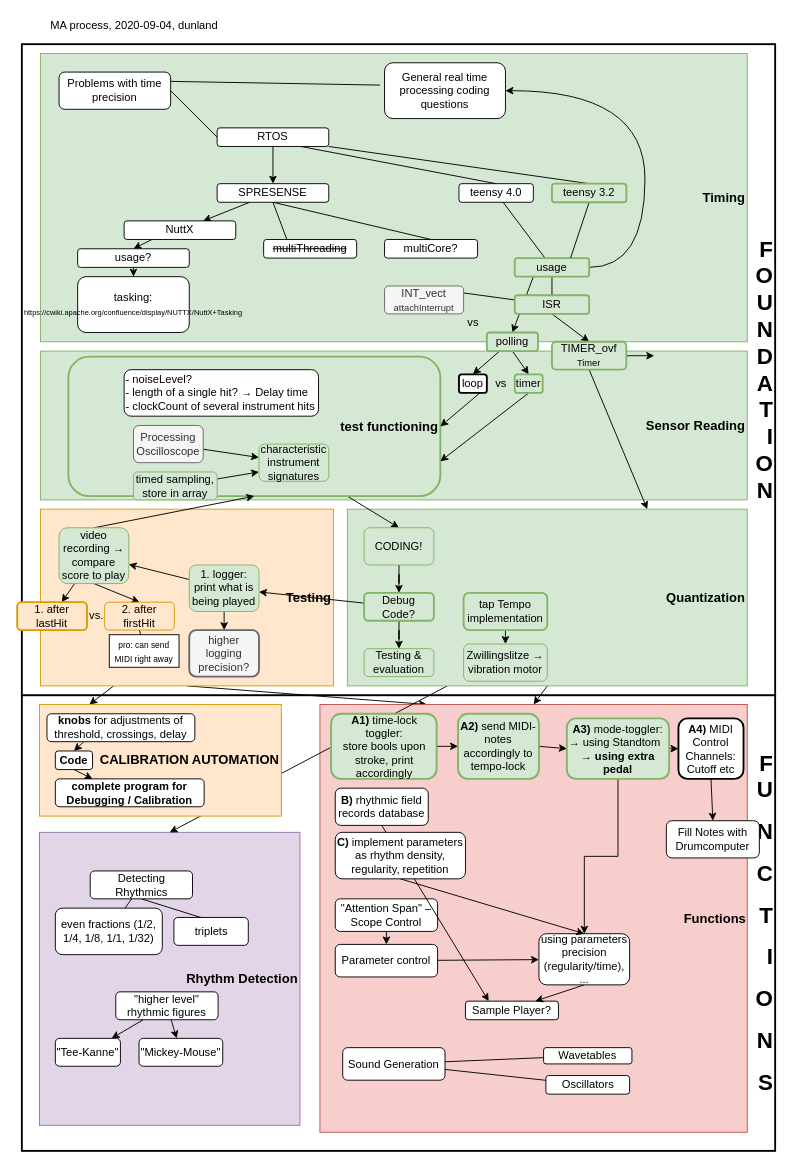
The draw.io diagram page "current" (1 of 5) of muscle/Doc/MA_progress.drawio in dunland/muscle, before the edit. Source tidied: cells renumbered, new cells numbered last; positions are measured from the earlier drawing's top-left corner, leaving out a move shared by most shapes. Both pictures are drawn from the tidied source at 93%, with x=0, y=0 at pixel (17, 16).
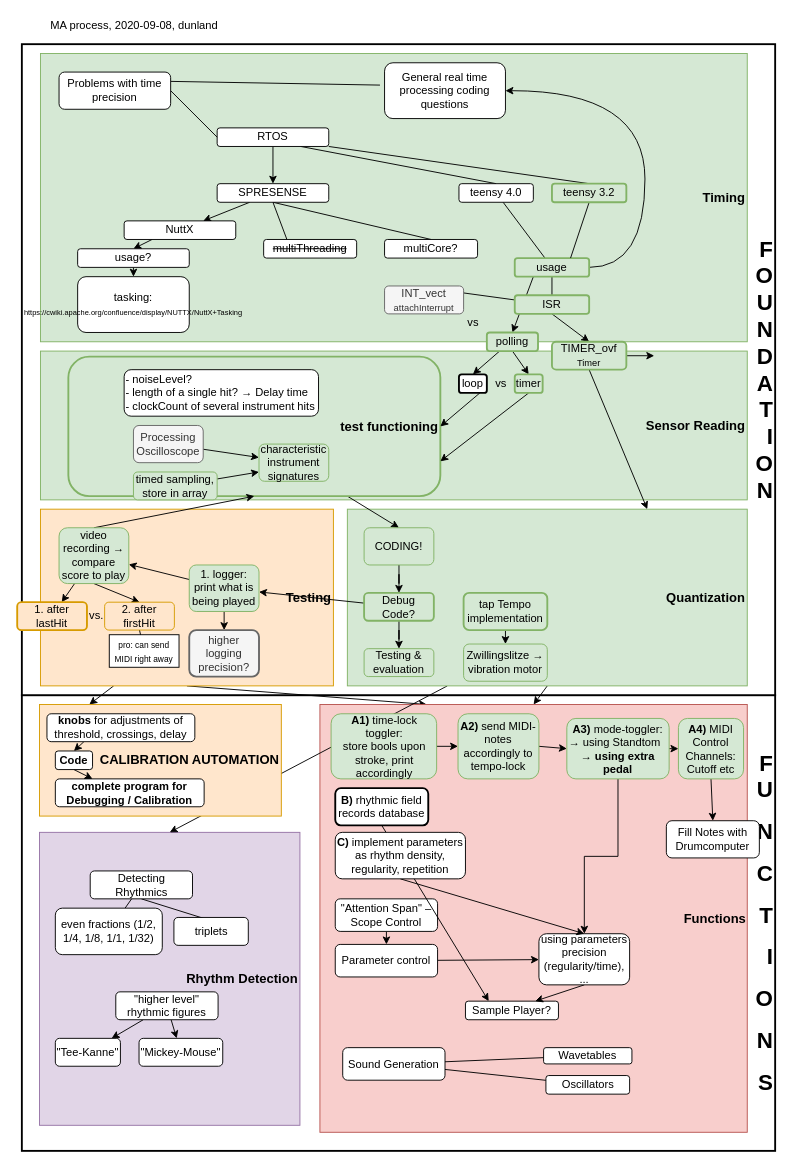
The same diagram, later.

Commit message (it also covers changes not shown here):
SWELL USED FOR MIDI CC ONLY -- stable!

The edit, as a diff of the source:
```diff
@@
-    <mxCell id="56" value="&lt;div align=&quot;left&quot;&gt;MA process, 2020-09-04, dunland&lt;br&gt;&lt;/div&gt;" style="text;html=1;strokeColor=none;fillColor=none;align=left;verticalAlign=middle;whiteSpace=wrap;rounded=0;" parent="1" vertex="1">
+    <mxCell id="56" value="&lt;div align=&quot;left&quot;&gt;MA process, 2020-09-08, dunland&lt;br&gt;&lt;/div&gt;" style="text;html=1;strokeColor=none;fillColor=none;align=left;verticalAlign=middle;whiteSpace=wrap;rounded=0;" parent="1" vertex="1">
       <mxGeometry x="34" width="350" height="20" as="geometry" />
     </mxCell>
@@
-    <mxCell id="116" value="&lt;b&gt;A2)&lt;/b&gt; send MIDI-notes accordingly to tempo-lock" style="rounded=1;whiteSpace=wrap;html=1;strokeWidth=2;fillColor=#d5e8d4;strokeColor=#82b366;" parent="1" vertex="1">
+    <mxCell id="116" value="&lt;b&gt;A2)&lt;/b&gt; send MIDI-notes accordingly to tempo-lock" style="rounded=1;whiteSpace=wrap;html=1;strokeWidth=1;fillColor=#d5e8d4;strokeColor=#82b366;" parent="1" vertex="1">
       <mxGeometry x="474" y="750" width="87" height="70" as="geometry" />
     </mxCell>
@@
-    <mxCell id="120" value="&lt;b&gt;B)&lt;/b&gt; rhythmic field records database" style="rounded=1;whiteSpace=wrap;html=1;" parent="1" vertex="1">
+    <mxCell id="120" value="&lt;b&gt;B)&lt;/b&gt; rhythmic field records database" style="rounded=1;whiteSpace=wrap;html=1;strokeWidth=2;" parent="1" vertex="1">
       <mxGeometry x="342" y="830" width="100" height="40" as="geometry" />
     </mxCell>
@@
-    <mxCell id="122" value="&lt;b&gt;A1)&lt;/b&gt; time-lock toggler:&lt;br&gt;store bools upon stroke, print accordingly" style="rounded=1;whiteSpace=wrap;html=1;strokeWidth=2;fillColor=#d5e8d4;strokeColor=#82b366;" parent="1" vertex="1">
+    <mxCell id="122" value="&lt;b&gt;A1)&lt;/b&gt; time-lock toggler:&lt;br&gt;store bools upon stroke, print accordingly" style="rounded=1;whiteSpace=wrap;html=1;strokeWidth=1;fillColor=#d5e8d4;strokeColor=#82b366;" parent="1" vertex="1">
       <mxGeometry x="337.5" y="750" width="113.5" height="70" as="geometry" />
     </mxCell>
@@
-    <mxCell id="127" value="&lt;b&gt;A4)&lt;/b&gt;&amp;nbsp;MIDI Control Channels: Cutoff etc" style="rounded=1;whiteSpace=wrap;html=1;strokeWidth=2;" parent="1" vertex="1">
+    <mxCell id="127" value="&lt;b&gt;A4)&lt;/b&gt;&amp;nbsp;MIDI Control Channels: Cutoff etc" style="rounded=1;whiteSpace=wrap;html=1;strokeWidth=1;fillColor=#d5e8d4;strokeColor=#82b366;" parent="1" vertex="1">
       <mxGeometry x="711" y="755" width="70" height="65" as="geometry" />
     </mxCell>
@@
-    <mxCell id="130" value="&lt;b&gt;A3)&lt;/b&gt;&amp;nbsp;mode-toggler:&lt;br&gt;→ using Standtom&amp;nbsp;&amp;nbsp;&lt;br&gt;&lt;b&gt;→ using extra pedal&lt;/b&gt;" style="rounded=1;whiteSpace=wrap;html=1;strokeWidth=2;fillColor=#d5e8d4;strokeColor=#82b366;" parent="1" vertex="1">
+    <mxCell id="130" value="&lt;b&gt;A3)&lt;/b&gt;&amp;nbsp;mode-toggler:&lt;br&gt;→ using Standtom&amp;nbsp;&amp;nbsp;&lt;br&gt;&lt;b&gt;→ using extra pedal&lt;/b&gt;" style="rounded=1;whiteSpace=wrap;html=1;strokeWidth=1;fillColor=#d5e8d4;strokeColor=#82b366;" parent="1" vertex="1">
       <mxGeometry x="591" y="755" width="110" height="65" as="geometry" />
     </mxCell>
```
